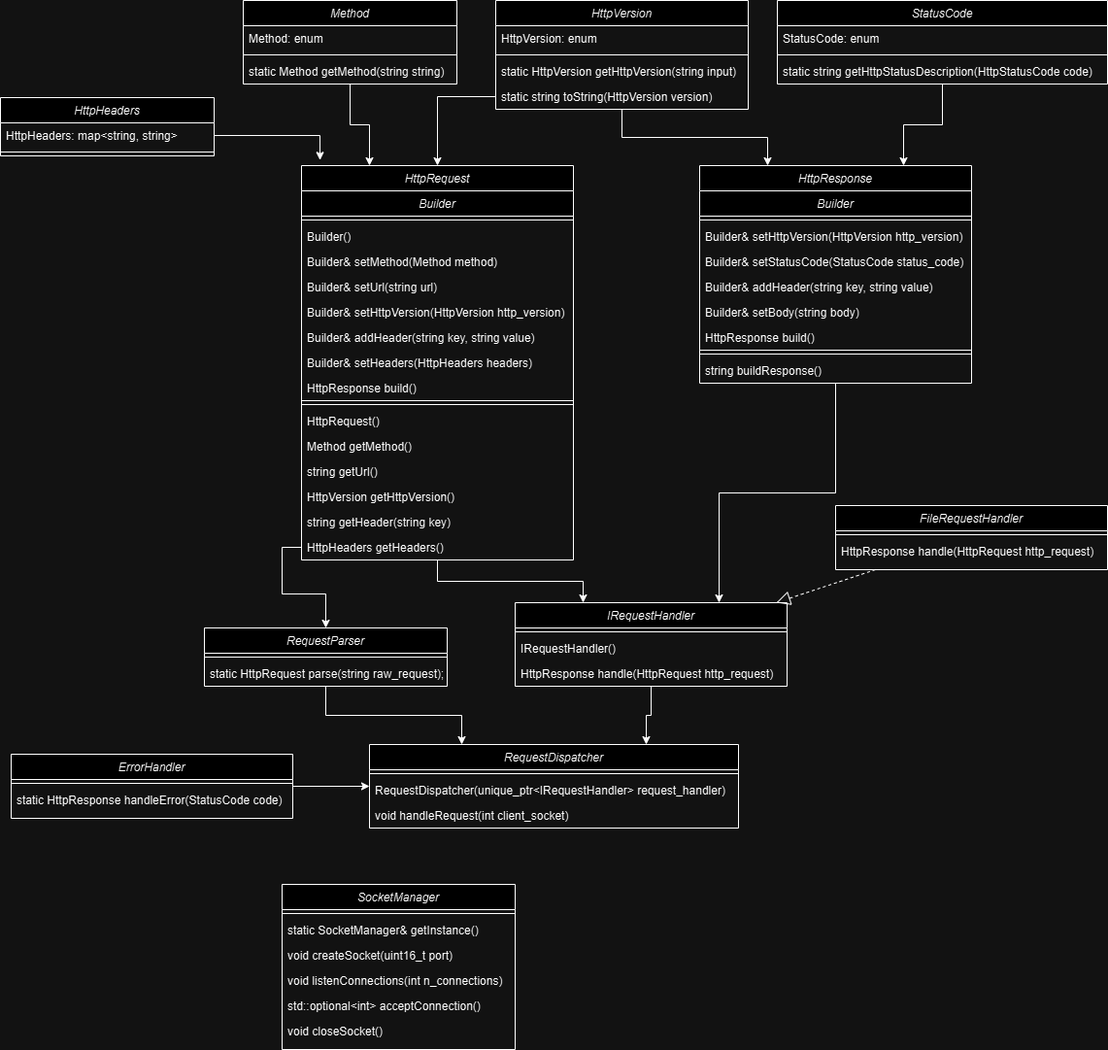
runei/http_server keeps this draw.io diagram as docs/diagram.png. Above is the earlier version. Source tidied: cells renumbered, new cells last; positions are measured from the earlier drawing's top-left corner, leaving out a move shared by most shapes.
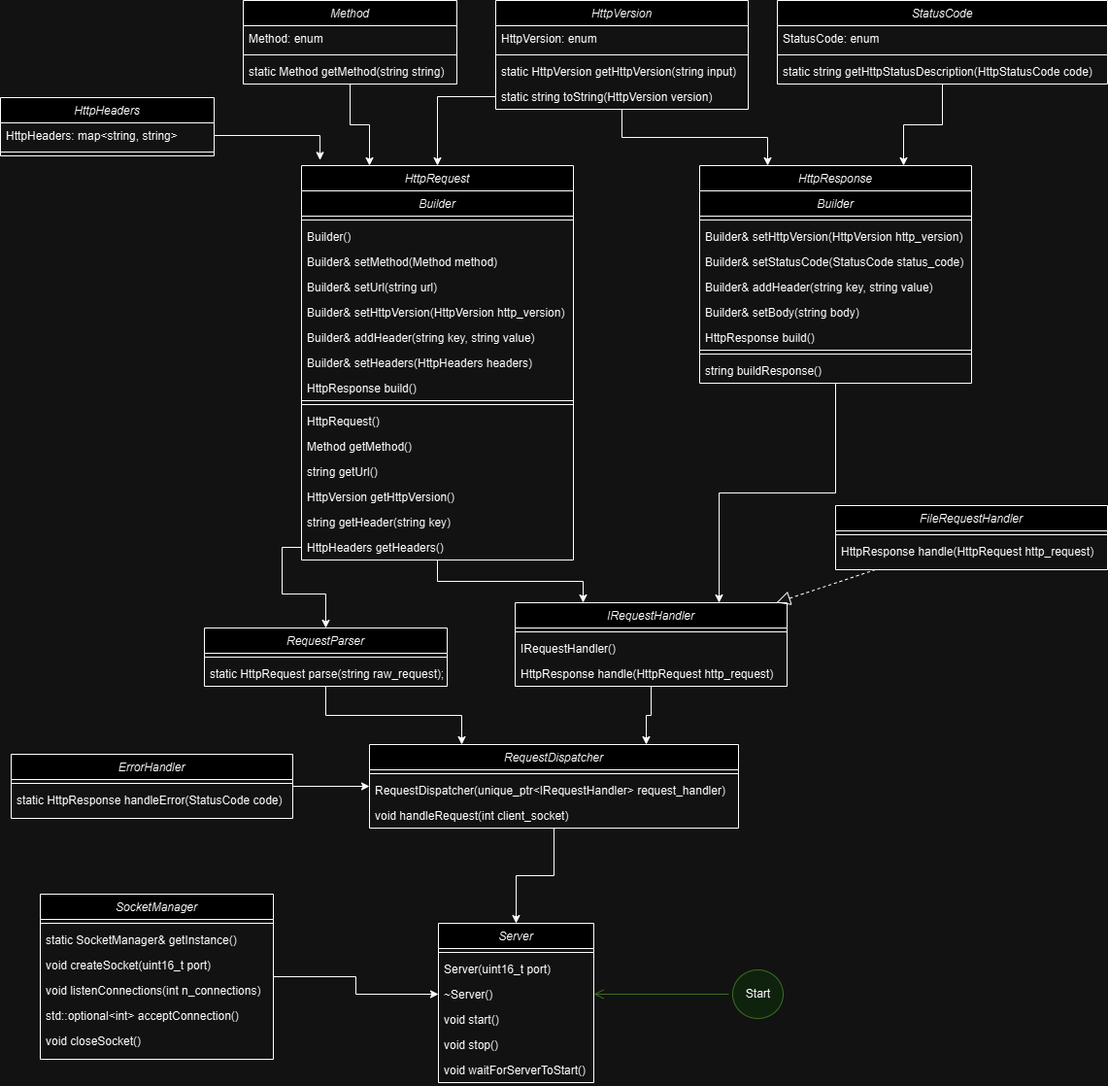
The same diagram one commit later.

Change to the diagram source:
```diff
@@ -3,7 +3,7 @@
     <mxCell id="0" />
     <mxCell id="1" parent="0" />
     <mxCell id="2" value="SocketManager" style="swimlane;fontStyle=2;align=center;verticalAlign=top;horizontal=1;startSize=26;rounded=0;shadow=0;strokeWidth=1;" parent="1" vertex="1">
-      <mxGeometry x="290" y="910" width="240" height="170" as="geometry" />
+      <mxGeometry x="41" y="920" width="240" height="170" as="geometry" />
     </mxCell>
     <mxCell id="3" style="line;html=1;strokeWidth=1;align=left;verticalAlign=middle;spacingTop=-1;spacingLeft=3;spacingRight=3;labelPosition=right;" parent="2" vertex="1">
       <mxGeometry y="26" width="240" height="8" as="geometry" />
@@ -212,6 +212,9 @@
     <mxCell id="71" style="endArrow=block;dashed=1;endFill=0;endSize=12;html=1;rounded=0;" parent="1" edge="1" source="68" target="64">
       <mxGeometry relative="1" as="geometry" />
     </mxCell>
+    <mxCell id="81" style="edgeStyle=orthogonalEdgeStyle;rounded=0;jettySize=auto;html=1;" parent="1" edge="1" source="72" target="82">
+      <mxGeometry relative="1" as="geometry" />
+    </mxCell>
     <mxCell id="72" value="RequestDispatcher" style="swimlane;fontStyle=2;align=center;verticalAlign=top;horizontal=1;startSize=26;rounded=0;shadow=0;strokeWidth=1;" parent="1" vertex="1">
       <mxGeometry x="380" y="766" width="380" height="86" as="geometry" />
     </mxCell>
@@ -239,5 +242,35 @@
     <mxCell id="80" value="static HttpResponse handleError(StatusCode code)" style="text;align=left;verticalAlign=top;spacingLeft=4;spacingRight=4;overflow=hidden;" parent="78" vertex="1">
       <mxGeometry y="34" width="290" height="26" as="geometry" />
     </mxCell>
+    <mxCell id="82" value="Server" style="swimlane;fontStyle=2;align=center;verticalAlign=top;horizontal=1;startSize=26;rounded=0;shadow=0;strokeWidth=1;" parent="1" vertex="1">
+      <mxGeometry x="451" y="950" width="160" height="164" as="geometry" />
+    </mxCell>
+    <mxCell id="83" style="line;html=1;strokeWidth=1;align=left;verticalAlign=middle;spacingTop=-1;spacingLeft=3;spacingRight=3;labelPosition=right;" parent="82" vertex="1">
+      <mxGeometry y="26" width="160" height="8" as="geometry" />
+    </mxCell>
+    <mxCell id="84" value="Server(uint16_t port)" style="text;align=left;verticalAlign=top;spacingLeft=4;spacingRight=4;overflow=hidden;" parent="82" vertex="1">
+      <mxGeometry y="34" width="160" height="26" as="geometry" />
+    </mxCell>
+    <mxCell id="85" value="~Server()" style="text;align=left;verticalAlign=top;spacingLeft=4;spacingRight=4;overflow=hidden;points=[[0,0.5],[1,0.5]];portConstraint=eastwest;" parent="82" vertex="1">
+      <mxGeometry y="60" width="160" height="26" as="geometry" />
+    </mxCell>
+    <mxCell id="86" value="void start()" style="text;align=left;verticalAlign=top;spacingLeft=4;spacingRight=4;overflow=hidden;" parent="82" vertex="1">
+      <mxGeometry y="86" width="160" height="26" as="geometry" />
+    </mxCell>
+    <mxCell id="87" value="void stop()" style="text;align=left;verticalAlign=top;spacingLeft=4;spacingRight=4;overflow=hidden;" parent="82" vertex="1">
+      <mxGeometry y="112" width="160" height="26" as="geometry" />
+    </mxCell>
+    <mxCell id="88" value="void waitForServerToStart()" style="text;align=left;verticalAlign=top;spacingLeft=4;spacingRight=4;overflow=hidden;" parent="82" vertex="1">
+      <mxGeometry y="138" width="160" height="26" as="geometry" />
+    </mxCell>
+    <mxCell id="89" style="edgeStyle=orthogonalEdgeStyle;rounded=0;jettySize=auto;html=1;" parent="1" edge="1" source="2" target="85">
+      <mxGeometry relative="1" as="geometry" />
+    </mxCell>
+    <mxCell id="90" value="Start" style="ellipse;html=1;shape=startState;fillColor=#d5e8d4;strokeColor=#82b366;" parent="1" vertex="1">
+      <mxGeometry x="750" y="994" width="60" height="58" as="geometry" />
+    </mxCell>
+    <mxCell id="91" style="edgeStyle=orthogonalEdgeStyle;html=1;verticalAlign=bottom;endArrow=open;endSize=8;strokeColor=#82b366;rounded=0;entryX=1;entryY=0.5;entryDx=0;entryDy=0;fillColor=#d5e8d4;" parent="1" edge="1" source="90" target="85">
+      <mxGeometry relative="1" as="geometry" />
+    </mxCell>
   </root>
 </mxGraphModel>
```
